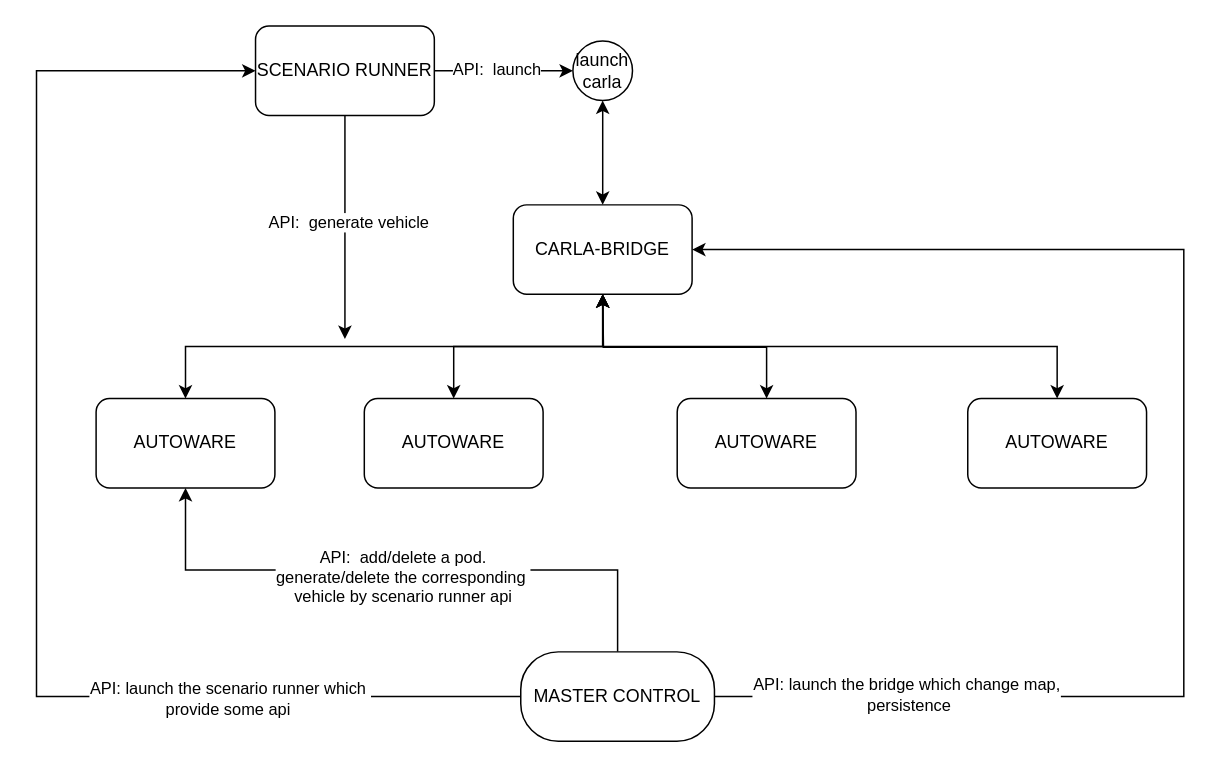
Earlier version of the draw.io diagram hello world.drawio (liuzhiyuan562/draw-io). Source tidied: cells renumbered, new cells numbered last; positions are measured from the earlier drawing's top-left corner, leaving out a move shared by most shapes. Both pictures are drawn from the tidied source at 149%, with x=0, y=0 at pixel (36, 25).
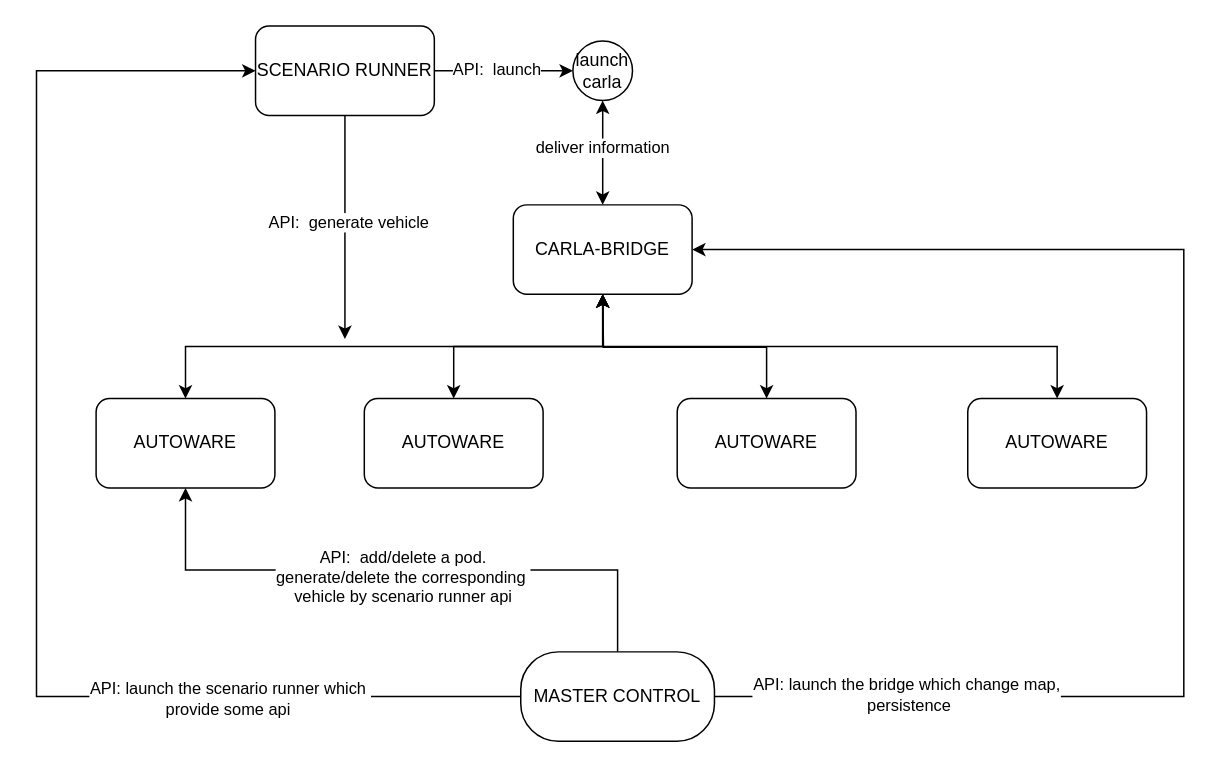
The same diagram, later.

The change refers to these unchanged cells:
```xml
<mxCell id="16" style="edgeStyle=orthogonalEdgeStyle;rounded=0;jettySize=auto;html=1;exitX=0.5;exitY=0;exitDx=0;exitDy=0;entryX=0.5;entryY=1;entryDx=0;entryDy=0;startArrow=classic;startFill=1;" parent="1" edge="1" source="17" target="24">
  <mxGeometry relative="1" as="geometry" />
</mxCell>
```

The edit, as a diff of the source:
```diff
@@
+    <mxCell id="25" value="deliver information" style="edgeLabel;html=1;align=center;verticalAlign=middle;" parent="16" vertex="1">
+      <mxGeometry x="0.1" y="1" relative="1" as="geometry" />
+    </mxCell>
```
